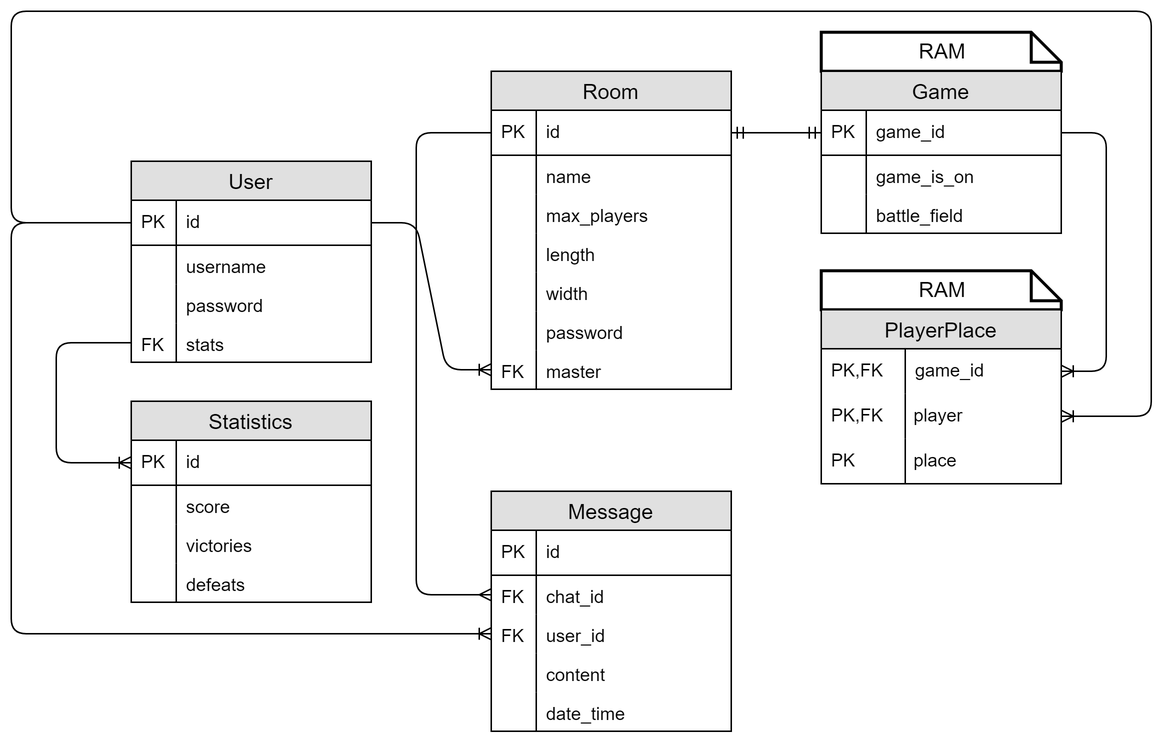
This is architecture/images/ER-диаграмма.png from mantic0rre/web-project-VirusWar, a draw.io export, as it was before one commit. Source tidied: cells renumbered, new cells last; positions are measured from the earlier drawing's top-left corner, leaving out a move shared by most shapes.
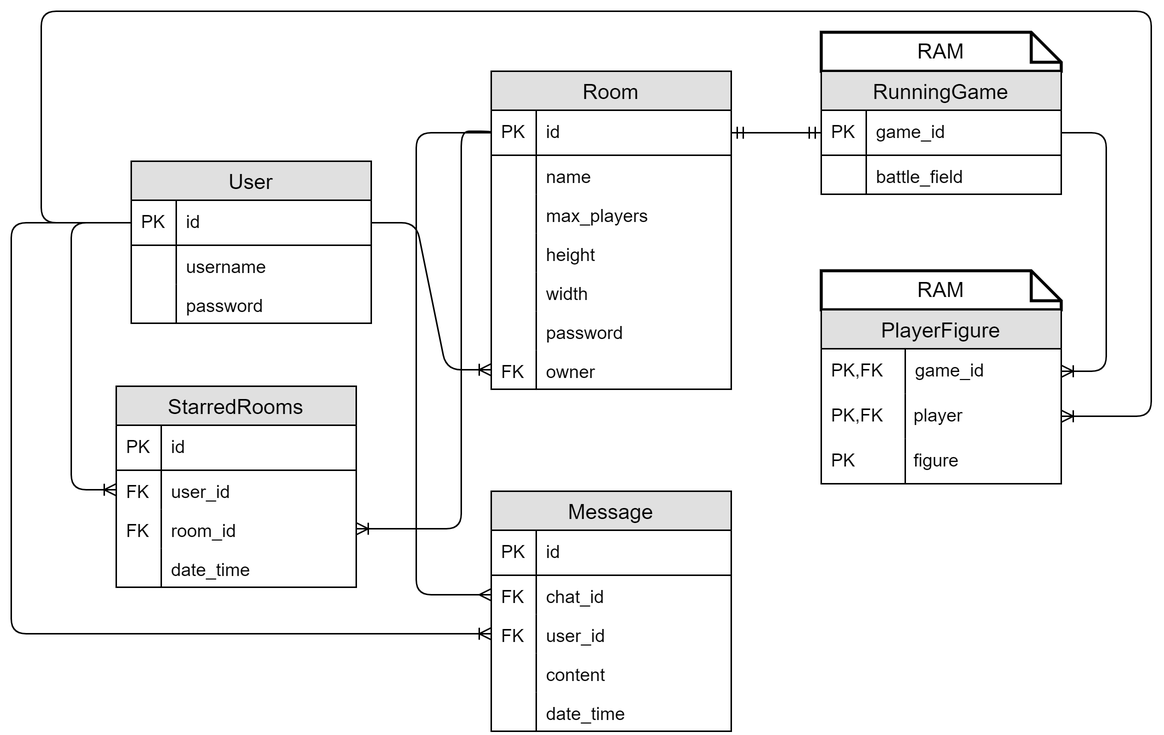
Later version of the same file.

Diff of the diagram source:
```diff
@@ -3,7 +3,7 @@
     <mxCell id="0" />
     <mxCell id="1" parent="0" />
     <mxCell id="2" value="User" style="swimlane;fontStyle=0;horizontal=1;startSize=26;fillColor=#e0e0e0;swimlaneFillColor=#ffffff;align=center;fontSize=14;" parent="1" vertex="1">
-      <mxGeometry x="80" y="100" width="160" height="134" as="geometry" />
+      <mxGeometry x="80" y="100" width="160" height="108" as="geometry" />
     </mxCell>
     <mxCell id="3" value="id" style="shape=partialRectangle;top=0;left=0;right=0;bottom=1;align=left;verticalAlign=middle;fillColor=none;spacingLeft=34;spacingRight=4;overflow=hidden;points=[[0,0.5],[1,0.5]];portConstraint=eastwest;fontStyle=0;fontSize=12;" parent="2" vertex="1">
       <mxGeometry y="26" width="160" height="30" as="geometry" />
@@ -23,12 +23,6 @@
     <mxCell id="8" style="shape=partialRectangle;top=0;left=0;bottom=0;fillColor=none;align=left;verticalAlign=top;spacingLeft=4;spacingRight=4;overflow=hidden;fontSize=12;" parent="7" vertex="1">
       <mxGeometry width="30" height="26" as="geometry" />
     </mxCell>
-    <mxCell id="9" value="stats" style="shape=partialRectangle;top=0;left=0;right=0;bottom=0;align=left;verticalAlign=top;fillColor=none;spacingLeft=34;spacingRight=4;overflow=hidden;points=[[0,0.5],[1,0.5]];portConstraint=eastwest;fontSize=12;strokeColor=#000000;" parent="2" vertex="1">
-      <mxGeometry y="108" width="160" height="26" as="geometry" />
-    </mxCell>
-    <mxCell id="10" value="FK" style="shape=partialRectangle;top=0;left=0;bottom=0;fillColor=none;align=left;verticalAlign=top;spacingLeft=4;spacingRight=4;overflow=hidden;fontSize=12;" parent="9" vertex="1">
-      <mxGeometry width="30" height="26" as="geometry" />
-    </mxCell>
     <mxCell id="11" value="Room" style="swimlane;fontStyle=0;horizontal=1;startSize=26;fillColor=#e0e0e0;swimlaneFillColor=#ffffff;align=center;fontSize=14;" parent="1" vertex="1">
       <mxGeometry x="320" y="40" width="160" height="212" as="geometry" />
     </mxCell>
@@ -50,7 +44,7 @@
     <mxCell id="17" style="shape=partialRectangle;top=0;left=0;bottom=0;fillColor=none;align=left;verticalAlign=top;spacingLeft=4;spacingRight=4;overflow=hidden;fontSize=12;" parent="16" vertex="1">
       <mxGeometry width="30" height="26" as="geometry" />
     </mxCell>
-    <mxCell id="18" value="length" style="shape=partialRectangle;top=0;left=0;right=0;bottom=0;align=left;verticalAlign=top;fillColor=none;spacingLeft=34;spacingRight=4;overflow=hidden;fontSize=12;" parent="11" vertex="1">
+    <mxCell id="18" value="height" style="shape=partialRectangle;top=0;left=0;right=0;bottom=0;align=left;verticalAlign=top;fillColor=none;spacingLeft=34;spacingRight=4;overflow=hidden;fontSize=12;" parent="11" vertex="1">
       <mxGeometry y="108" width="160" height="26" as="geometry" />
     </mxCell>
     <mxCell id="19" style="shape=partialRectangle;top=0;left=0;bottom=0;fillColor=none;align=left;verticalAlign=top;spacingLeft=4;spacingRight=4;overflow=hidden;fontSize=12;" parent="18" vertex="1">
@@ -68,7 +62,7 @@
     <mxCell id="23" style="shape=partialRectangle;top=0;left=0;bottom=0;fillColor=none;align=left;verticalAlign=top;spacingLeft=4;spacingRight=4;overflow=hidden;fontSize=12;" parent="22" vertex="1">
       <mxGeometry width="30" height="26" as="geometry" />
     </mxCell>
-    <mxCell id="24" value="master" style="shape=partialRectangle;top=0;left=0;right=0;bottom=0;align=left;verticalAlign=top;fillColor=none;spacingLeft=34;spacingRight=4;overflow=hidden;points=[[0,0.5],[1,0.5]];portConstraint=eastwest;fontSize=12;" parent="11" vertex="1">
+    <mxCell id="24" value="owner" style="shape=partialRectangle;top=0;left=0;right=0;bottom=0;align=left;verticalAlign=top;fillColor=none;spacingLeft=34;spacingRight=4;overflow=hidden;points=[[0,0.5],[1,0.5]];portConstraint=eastwest;fontSize=12;" parent="11" vertex="1">
       <mxGeometry y="186" width="160" height="26" as="geometry" />
     </mxCell>
     <mxCell id="25" value="FK" style="shape=partialRectangle;top=0;left=0;bottom=0;fillColor=none;align=left;verticalAlign=top;spacingLeft=4;spacingRight=4;overflow=hidden;fontSize=12;" parent="24" vertex="1">
@@ -121,33 +115,6 @@
     <mxCell id="39" value="RAM" style="shape=note;strokeWidth=2;fontSize=14;size=20;whiteSpace=wrap;html=1;" parent="1" vertex="1">
       <mxGeometry x="540" y="14" width="160" height="26" as="geometry" />
     </mxCell>
-    <mxCell id="40" value="Statistics" style="swimlane;fontStyle=0;horizontal=1;startSize=26;fillColor=#e0e0e0;swimlaneFillColor=#ffffff;align=center;fontSize=14;" parent="1" vertex="1">
-      <mxGeometry x="80" y="260" width="160" height="134" as="geometry" />
-    </mxCell>
-    <mxCell id="41" value="id" style="shape=partialRectangle;top=0;left=0;right=0;bottom=1;align=left;verticalAlign=middle;fillColor=none;spacingLeft=34;spacingRight=4;overflow=hidden;points=[[0,0.5],[1,0.5]];portConstraint=eastwest;fontStyle=0;fontSize=12;" parent="40" vertex="1">
-      <mxGeometry y="26" width="160" height="30" as="geometry" />
-    </mxCell>
-    <mxCell id="42" value="PK" style="shape=partialRectangle;top=0;left=0;bottom=0;fillColor=none;align=left;verticalAlign=middle;spacingLeft=4;spacingRight=4;overflow=hidden;fontSize=12;" parent="41" vertex="1">
-      <mxGeometry width="30" height="30" as="geometry" />
-    </mxCell>
-    <mxCell id="43" value="score" style="shape=partialRectangle;top=0;left=0;right=0;bottom=0;align=left;verticalAlign=top;fillColor=none;spacingLeft=34;spacingRight=4;overflow=hidden;fontSize=12;strokeColor=#000000;" parent="40" vertex="1">
-      <mxGeometry y="56" width="160" height="26" as="geometry" />
-    </mxCell>
-    <mxCell id="44" style="shape=partialRectangle;top=0;left=0;bottom=0;fillColor=none;align=left;verticalAlign=top;spacingLeft=4;spacingRight=4;overflow=hidden;fontSize=12;" parent="43" vertex="1">
-      <mxGeometry width="30" height="26" as="geometry" />
-    </mxCell>
-    <mxCell id="45" value="victories " style="shape=partialRectangle;top=0;left=0;right=0;bottom=0;align=left;verticalAlign=top;fillColor=none;spacingLeft=34;spacingRight=4;overflow=hidden;fontSize=12;strokeColor=#000000;" parent="40" vertex="1">
-      <mxGeometry y="82" width="160" height="26" as="geometry" />
-    </mxCell>
-    <mxCell id="46" style="shape=partialRectangle;top=0;left=0;bottom=0;fillColor=none;align=left;verticalAlign=top;spacingLeft=4;spacingRight=4;overflow=hidden;fontSize=12;" parent="45" vertex="1">
-      <mxGeometry width="30" height="26" as="geometry" />
-    </mxCell>
-    <mxCell id="47" value="defeats" style="shape=partialRectangle;top=0;left=0;right=0;bottom=0;align=left;verticalAlign=top;fillColor=none;spacingLeft=34;spacingRight=4;overflow=hidden;fontSize=12;strokeColor=#000000;" parent="40" vertex="1">
-      <mxGeometry y="108" width="160" height="26" as="geometry" />
-    </mxCell>
-    <mxCell id="48" style="shape=partialRectangle;top=0;left=0;bottom=0;fillColor=none;align=left;verticalAlign=top;spacingLeft=4;spacingRight=4;overflow=hidden;fontSize=12;" parent="47" vertex="1">
-      <mxGeometry width="30" height="26" as="geometry" />
-    </mxCell>
     <mxCell id="49" style="edgeStyle=orthogonalEdgeStyle;fontSize=12;html=1;endArrow=ERoneToMany;exitX=0;exitY=0.5;exitDx=0;exitDy=0;entryX=0;entryY=0.5;entryDx=0;entryDy=0;" parent="1" edge="1" source="3" target="31">
       <mxGeometry relative="1" as="geometry">
         <Array as="points">
@@ -156,16 +123,8 @@
         </Array>
       </mxGeometry>
     </mxCell>
-    <mxCell id="50" style="edgeStyle=orthogonalEdgeStyle;fontSize=12;html=1;endArrow=ERoneToMany;exitX=0;exitY=0.5;exitDx=0;exitDy=0;entryX=0;entryY=0.5;entryDx=0;entryDy=0;" parent="1" edge="1" source="9" target="41">
-      <mxGeometry relative="1" as="geometry">
-        <Array as="points">
-          <mxPoint x="30" y="221" />
-          <mxPoint x="30" y="301" />
-        </Array>
-      </mxGeometry>
-    </mxCell>
-    <mxCell id="51" value="Game" style="swimlane;fontStyle=0;horizontal=1;startSize=26;fillColor=#e0e0e0;swimlaneFillColor=#ffffff;align=center;fontSize=14;" parent="1" vertex="1">
-      <mxGeometry x="540" y="40" width="160" height="108" as="geometry" />
+    <mxCell id="51" value="RunningGame" style="swimlane;fontStyle=0;horizontal=1;startSize=26;fillColor=#e0e0e0;swimlaneFillColor=#ffffff;align=center;fontSize=14;" parent="1" vertex="1">
+      <mxGeometry x="540" y="40" width="160" height="82" as="geometry" />
     </mxCell>
     <mxCell id="52" value="game_id" style="shape=partialRectangle;top=0;left=0;right=0;bottom=1;align=left;verticalAlign=middle;fillColor=none;spacingLeft=34;spacingRight=4;overflow=hidden;points=[[0,0.5],[1,0.5]];portConstraint=eastwest;fontStyle=0;fontSize=12;" parent="51" vertex="1">
       <mxGeometry y="26" width="160" height="30" as="geometry" />
@@ -173,14 +132,8 @@
     <mxCell id="53" value="PK" style="shape=partialRectangle;top=0;left=0;bottom=0;fillColor=none;align=left;verticalAlign=middle;spacingLeft=4;spacingRight=4;overflow=hidden;fontSize=12;" parent="52" vertex="1">
       <mxGeometry width="30" height="30" as="geometry" />
     </mxCell>
-    <mxCell id="54" value="game_is_on" style="shape=partialRectangle;top=0;left=0;right=0;bottom=0;align=left;verticalAlign=top;fillColor=none;spacingLeft=34;spacingRight=4;overflow=hidden;fontSize=12;" parent="51" vertex="1">
-      <mxGeometry y="56" width="160" height="26" as="geometry" />
-    </mxCell>
-    <mxCell id="55" style="shape=partialRectangle;top=0;left=0;bottom=0;fillColor=none;align=left;verticalAlign=top;spacingLeft=4;spacingRight=4;overflow=hidden;fontSize=12;" parent="54" vertex="1">
-      <mxGeometry width="30" height="26" as="geometry" />
-    </mxCell>
     <mxCell id="56" value="battle_field" style="shape=partialRectangle;top=0;left=0;right=0;bottom=0;align=left;verticalAlign=top;fillColor=none;spacingLeft=34;spacingRight=4;overflow=hidden;fontSize=12;" parent="51" vertex="1">
-      <mxGeometry y="82" width="160" height="26" as="geometry" />
+      <mxGeometry y="56" width="160" height="26" as="geometry" />
     </mxCell>
     <mxCell id="57" style="shape=partialRectangle;top=0;left=0;bottom=0;fillColor=none;align=left;verticalAlign=top;spacingLeft=4;spacingRight=4;overflow=hidden;fontSize=12;" parent="56" vertex="1">
       <mxGeometry width="30" height="26" as="geometry" />
@@ -191,8 +144,8 @@
     <mxCell id="59" style="edgeStyle=orthogonalEdgeStyle;fontSize=12;html=1;endArrow=ERoneToMany;exitX=0;exitY=0.5;exitDx=0;exitDy=0;entryX=1;entryY=0.5;entryDx=0;entryDy=0;" parent="1" edge="1" source="3" target="64">
       <mxGeometry relative="1" as="geometry">
         <Array as="points">
-          <mxPoint y="141" />
-          <mxPoint />
+          <mxPoint x="20" y="141" />
+          <mxPoint x="20" />
           <mxPoint x="760" />
           <mxPoint x="760" y="270" />
         </Array>
@@ -201,7 +154,7 @@
     <mxCell id="60" style="edgeStyle=entityRelationEdgeStyle;fontSize=12;html=1;endArrow=ERmandOne;startArrow=ERmandOne;exitX=1;exitY=0.5;exitDx=0;exitDy=0;entryX=0;entryY=0.5;entryDx=0;entryDy=0;" parent="1" edge="1" source="12" target="52">
       <mxGeometry relative="1" as="geometry" />
     </mxCell>
-    <mxCell id="61" value="PlayerPlace" style="swimlane;fontStyle=0;horizontal=1;startSize=26;fillColor=#e0e0e0;swimlaneFillColor=#ffffff;align=center;fontSize=14;" parent="1" vertex="1">
+    <mxCell id="61" value="PlayerFigure" style="swimlane;fontStyle=0;horizontal=1;startSize=26;fillColor=#e0e0e0;swimlaneFillColor=#ffffff;align=center;fontSize=14;" parent="1" vertex="1">
       <mxGeometry x="540" y="199" width="160" height="116" as="geometry" />
     </mxCell>
     <mxCell id="62" value="game_id" style="shape=partialRectangle;top=0;left=0;right=0;bottom=0;align=left;verticalAlign=middle;fillColor=none;spacingLeft=60;spacingRight=4;overflow=hidden;points=[[0,0.5],[1,0.5]];portConstraint=eastwest;fontStyle=0;fontSize=12;fontColor=#000000;" parent="61" vertex="1">
@@ -216,7 +169,7 @@
     <mxCell id="65" value="PK,FK" style="shape=partialRectangle;fontStyle=0;top=0;left=0;bottom=0;fillColor=none;align=left;verticalAlign=middle;spacingLeft=4;spacingRight=4;overflow=hidden;fontSize=12;" parent="64" vertex="1">
       <mxGeometry width="56" height="30" as="geometry" />
     </mxCell>
-    <mxCell id="66" value="place" style="shape=partialRectangle;top=0;left=0;right=0;bottom=1;align=left;verticalAlign=middle;fillColor=none;spacingLeft=60;spacingRight=4;overflow=hidden;fontStyle=0;fontSize=12;strokeColor=none;" parent="61" vertex="1">
+    <mxCell id="66" value="figure" style="shape=partialRectangle;top=0;left=0;right=0;bottom=1;align=left;verticalAlign=middle;fillColor=none;spacingLeft=60;spacingRight=4;overflow=hidden;fontStyle=0;fontSize=12;strokeColor=none;" parent="61" vertex="1">
       <mxGeometry y="86" width="160" height="30" as="geometry" />
     </mxCell>
     <mxCell id="67" value="PK" style="shape=partialRectangle;fontStyle=0;top=0;left=0;bottom=0;fillColor=none;align=left;verticalAlign=middle;spacingLeft=4;spacingRight=4;overflow=hidden;fontSize=12;" parent="66" vertex="1">
@@ -230,5 +183,49 @@
         </Array>
       </mxGeometry>
     </mxCell>
+    <mxCell id="69" value="StarredRooms" style="swimlane;fontStyle=0;horizontal=1;startSize=26;fillColor=#e0e0e0;swimlaneFillColor=#ffffff;align=center;fontSize=14;" parent="1" vertex="1">
+      <mxGeometry x="70" y="250" width="160" height="134" as="geometry" />
+    </mxCell>
+    <mxCell id="41" value="id" style="shape=partialRectangle;top=0;left=0;right=0;bottom=1;align=left;verticalAlign=middle;fillColor=none;spacingLeft=34;spacingRight=4;overflow=hidden;points=[[0,0.5],[1,0.5]];portConstraint=eastwest;fontStyle=0;fontSize=12;" parent="69" vertex="1">
+      <mxGeometry y="26" width="160" height="30" as="geometry" />
+    </mxCell>
+    <mxCell id="42" value="PK" style="shape=partialRectangle;top=0;left=0;bottom=0;fillColor=none;align=left;verticalAlign=middle;spacingLeft=4;spacingRight=4;overflow=hidden;fontSize=12;" parent="41" vertex="1">
+      <mxGeometry width="30" height="30" as="geometry" />
+    </mxCell>
+    <mxCell id="70" value="user_id" style="shape=partialRectangle;top=0;left=0;right=0;bottom=0;align=left;verticalAlign=top;fillColor=none;spacingLeft=34;spacingRight=4;overflow=hidden;points=[[0,0.5],[1,0.5]];portConstraint=eastwest;fontSize=12;" parent="69" vertex="1">
+      <mxGeometry y="56" width="160" height="26" as="geometry" />
+    </mxCell>
+    <mxCell id="71" value="FK" style="shape=partialRectangle;top=0;left=0;bottom=0;fillColor=none;align=left;verticalAlign=top;spacingLeft=4;spacingRight=4;overflow=hidden;fontSize=12;" parent="70" vertex="1">
+      <mxGeometry width="30" height="26" as="geometry" />
+    </mxCell>
+    <mxCell id="72" value="room_id" style="shape=partialRectangle;top=0;left=0;right=0;bottom=0;align=left;verticalAlign=top;fillColor=none;spacingLeft=34;spacingRight=4;overflow=hidden;points=[[0,0.5],[1,0.5]];portConstraint=eastwest;fontSize=12;" parent="69" vertex="1">
+      <mxGeometry y="82" width="160" height="26" as="geometry" />
+    </mxCell>
+    <mxCell id="73" value="FK" style="shape=partialRectangle;top=0;left=0;bottom=0;fillColor=none;align=left;verticalAlign=top;spacingLeft=4;spacingRight=4;overflow=hidden;fontSize=12;" parent="72" vertex="1">
+      <mxGeometry width="30" height="26" as="geometry" />
+    </mxCell>
+    <mxCell id="74" value="date_time" style="shape=partialRectangle;top=0;left=0;right=0;bottom=0;align=left;verticalAlign=top;fillColor=none;spacingLeft=34;spacingRight=4;overflow=hidden;fontSize=12;" parent="69" vertex="1">
+      <mxGeometry y="108" width="160" height="26" as="geometry" />
+    </mxCell>
+    <mxCell id="75" style="shape=partialRectangle;top=0;left=0;bottom=0;fillColor=none;align=left;verticalAlign=top;spacingLeft=4;spacingRight=4;overflow=hidden;fontSize=12;" parent="74" vertex="1">
+      <mxGeometry width="30" height="26" as="geometry" />
+    </mxCell>
+    <mxCell id="76" style="edgeStyle=orthogonalEdgeStyle;fontSize=12;html=1;endArrow=ERoneToMany;entryX=0;entryY=0.5;entryDx=0;entryDy=0;exitX=0;exitY=0.5;exitDx=0;exitDy=0;" parent="1" edge="1" source="3" target="70">
+      <mxGeometry relative="1" as="geometry">
+        <Array as="points">
+          <mxPoint x="40" y="141" />
+          <mxPoint x="40" y="319" />
+        </Array>
+      </mxGeometry>
+    </mxCell>
+    <mxCell id="77" style="edgeStyle=orthogonalEdgeStyle;fontSize=12;html=1;endArrow=ERoneToMany;entryX=1;entryY=0.5;entryDx=0;entryDy=0;exitX=0;exitY=0.5;exitDx=0;exitDy=0;" parent="1" edge="1" source="12" target="72">
+      <mxGeometry relative="1" as="geometry">
+        <Array as="points">
+          <mxPoint x="320" y="80" />
+          <mxPoint x="300" y="80" />
+          <mxPoint x="300" y="345" />
+        </Array>
+      </mxGeometry>
+    </mxCell>
   </root>
 </mxGraphModel>
```
